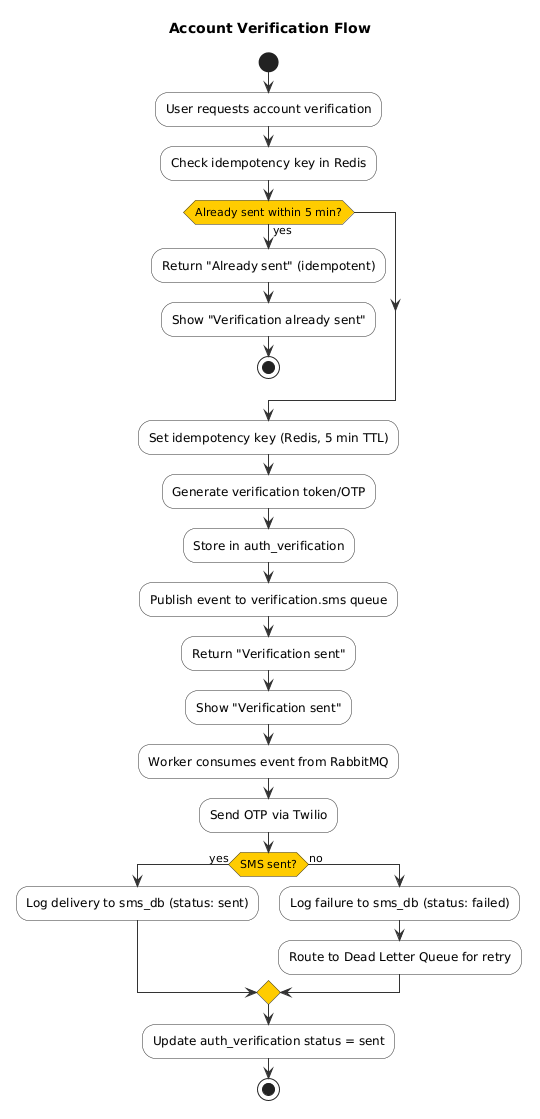
The PlantUML diagram modules/auth/images/activity/activity-diagram.png in namnh240795/document, before a commit. The source it was exported from:
```plantuml
@startuml

skinparam activity {
  BackgroundColor #F8F8F8
  BorderColor #333333
  ArrowColor #333333
  DiamondBackgroundColor #FFCC00
  DiamondBorderColor #333333
}

title Account Verification Flow

start

:User requests account verification;

:Check idempotency key in Redis;

if (Already sent within 5 min?) then (yes)
  :Return "Already sent" (idempotent);
  :Show "Verification already sent";
  stop
endif

:Set idempotency key (Redis, 5 min TTL);

:Generate verification token/OTP;

:Store in auth_verification;

:Publish event to verification.sms queue;

:Return "Verification sent";

:Show "Verification sent";

:Worker consumes event from RabbitMQ;

:Send OTP via Twilio;

if (SMS sent?) then (yes)
  :Log delivery to sms_db (status: sent);
else (no)
  :Log failure to sms_db (status: failed);
  :Route to Dead Letter Queue for retry;
endif

:Update auth_verification status = sent;

stop

@enduml
```
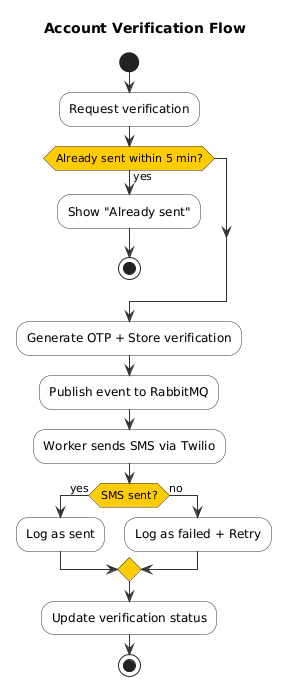
Later version of the same file.

Diff of the diagram source:
```diff
@@ -12,40 +12,26 @@
 
 start
 
-:User requests account verification;
-
-:Check idempotency key in Redis;
+:Request verification;
 
 if (Already sent within 5 min?) then (yes)
-  :Return "Already sent" (idempotent);
-  :Show "Verification already sent";
+  :Show "Already sent";
   stop
 endif
 
-:Set idempotency key (Redis, 5 min TTL);
+:Generate OTP + Store verification;
 
-:Generate verification token/OTP;
+:Publish event to RabbitMQ;
 
-:Store in auth_verification;
-
-:Publish event to verification.sms queue;
-
-:Return "Verification sent";
-
-:Show "Verification sent";
-
-:Worker consumes event from RabbitMQ;
-
-:Send OTP via Twilio;
+:Worker sends SMS via Twilio;
 
 if (SMS sent?) then (yes)
-  :Log delivery to sms_db (status: sent);
+  :Log as sent;
 else (no)
-  :Log failure to sms_db (status: failed);
-  :Route to Dead Letter Queue for retry;
+  :Log as failed + Retry;
 endif
 
-:Update auth_verification status = sent;
+:Update verification status;
 
 stop
 
```
